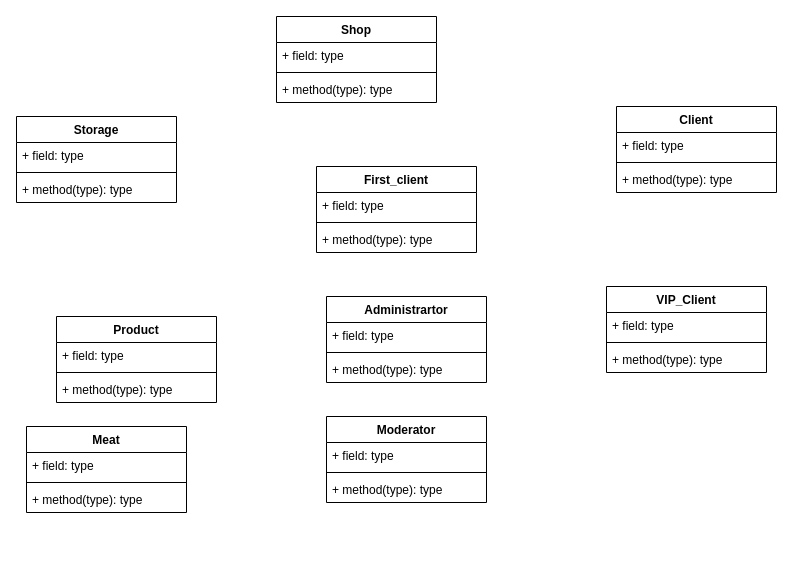
anhelinafetsenets/STORAGE keeps this draw.io diagram as shop.drawio. Above is the earlier version. Source tidied: cells renumbered, new cells numbered last; positions are measured from the earlier drawing's top-left corner, leaving out a move shared by most shapes. Both pictures are drawn from the tidied source at 100%, with x=0, y=0 at pixel (16, 16).
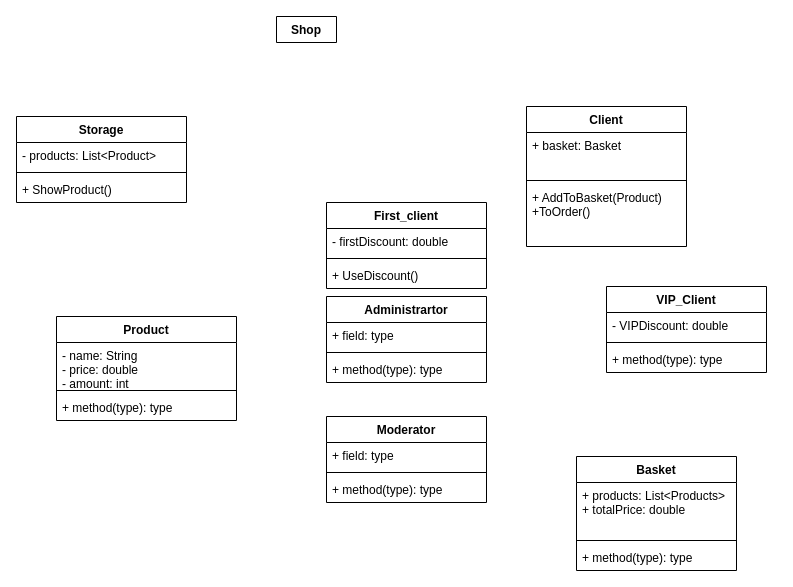
The same diagram, later.

The change refers to these unchanged cells:
```xml
<mxCell id="10" value="VIP_Client" style="swimlane;fontStyle=1;align=center;verticalAlign=top;horizontal=1;startSize=26;fontColor=default;strokeColor=default;fillColor=default;" parent="1" vertex="1">
  <mxGeometry x="590" y="270" width="160" height="86" as="geometry" />
</mxCell>
```

The edit, as a diff of the source:
```diff
@@
-    <mxCell id="2" value="Shop" style="swimlane;fontStyle=1;align=center;verticalAlign=top;horizontal=1;startSize=26;fillColor=default;strokeColor=default;fontColor=default;" parent="1" vertex="1">
-      <mxGeometry x="260" width="160" height="86" as="geometry" />
+    <mxCell id="2" value="Shop" style="swimlane;fontStyle=1;align=center;verticalAlign=top;horizontal=1;startSize=26;fillColor=default;strokeColor=default;fontColor=default;" parent="1" vertex="1" collapsed="1">
+      <mxGeometry x="260" width="60" height="26" as="geometry" />
     </mxCell>
-    <mxCell id="3" value="+ field: type" style="text;strokeColor=none;fillColor=none;align=left;verticalAlign=top;spacingLeft=4;spacingRight=4;overflow=hidden;" parent="2" vertex="1">
-      <mxGeometry y="26" width="160" height="26" as="geometry" />
-    </mxCell>
-    <mxCell id="4" style="line;strokeWidth=1;fillColor=none;align=left;verticalAlign=middle;spacingTop=-1;spacingLeft=3;spacingRight=3;labelPosition=right;" parent="2" vertex="1">
-      <mxGeometry y="52" width="160" height="8" as="geometry" />
-    </mxCell>
-    <mxCell id="5" value="+ method(type): type" style="text;strokeColor=none;fillColor=none;align=left;verticalAlign=top;spacingLeft=4;spacingRight=4;overflow=hidden;" parent="2" vertex="1">
-      <mxGeometry y="60" width="160" height="26" as="geometry" />
-    </mxCell>
     <mxCell id="6" value="First_client" style="swimlane;fontStyle=1;align=center;verticalAlign=top;horizontal=1;startSize=26;fontColor=default;strokeColor=default;fillColor=default;" parent="1" vertex="1">
-      <mxGeometry x="300" y="150" width="160" height="86" as="geometry" />
+      <mxGeometry x="310" y="186" width="160" height="86" as="geometry" />
     </mxCell>
-    <mxCell id="7" value="+ field: type" style="text;strokeColor=none;fillColor=none;align=left;verticalAlign=top;spacingLeft=4;spacingRight=4;overflow=hidden;fontColor=default;" parent="6" vertex="1">
+    <mxCell id="7" value="- firstDiscount: double" style="text;strokeColor=none;fillColor=none;align=left;verticalAlign=top;spacingLeft=4;spacingRight=4;overflow=hidden;fontColor=default;" parent="6" vertex="1">
       <mxGeometry y="26" width="160" height="26" as="geometry" />
     </mxCell>
@@
-    <mxCell id="9" value="+ method(type): type" style="text;strokeColor=none;fillColor=none;align=left;verticalAlign=top;spacingLeft=4;spacingRight=4;overflow=hidden;fontColor=default;" parent="6" vertex="1">
+    <mxCell id="9" value="+ UseDiscount()" style="text;strokeColor=none;fillColor=none;align=left;verticalAlign=top;spacingLeft=4;spacingRight=4;overflow=hidden;fontColor=default;" parent="6" vertex="1">
       <mxGeometry y="60" width="160" height="26" as="geometry" />
     </mxCell>
@@
-    <mxCell id="11" value="+ field: type" style="text;strokeColor=none;fillColor=none;align=left;verticalAlign=top;spacingLeft=4;spacingRight=4;overflow=hidden;fontColor=default;" parent="10" vertex="1">
+    <mxCell id="11" value="- VIPDiscount: double" style="text;strokeColor=none;fillColor=none;align=left;verticalAlign=top;spacingLeft=4;spacingRight=4;overflow=hidden;fontColor=default;" parent="10" vertex="1">
       <mxGeometry y="26" width="160" height="26" as="geometry" />
     </mxCell>
@@
     <mxCell id="14" value="Client" style="swimlane;fontStyle=1;align=center;verticalAlign=top;horizontal=1;startSize=26;fontColor=default;strokeColor=default;fillColor=default;" parent="1" vertex="1">
-      <mxGeometry x="600" y="90" width="160" height="86" as="geometry" />
+      <mxGeometry x="510" y="90" width="160" height="140" as="geometry" />
     </mxCell>
-    <mxCell id="15" value="+ field: type" style="text;strokeColor=none;fillColor=none;align=left;verticalAlign=top;spacingLeft=4;spacingRight=4;overflow=hidden;fontColor=default;" parent="14" vertex="1">
-      <mxGeometry y="26" width="160" height="26" as="geometry" />
+    <mxCell id="15" value="+ basket: Basket" style="text;strokeColor=none;fillColor=none;align=left;verticalAlign=top;spacingLeft=4;spacingRight=4;overflow=hidden;fontColor=default;" parent="14" vertex="1">
+      <mxGeometry y="26" width="160" height="44" as="geometry" />
     </mxCell>
     <mxCell id="16" style="line;strokeWidth=1;fillColor=none;align=left;verticalAlign=middle;spacingTop=-1;spacingLeft=3;spacingRight=3;labelPosition=right;fontColor=default;" parent="14" vertex="1">
-      <mxGeometry y="52" width="160" height="8" as="geometry" />
+      <mxGeometry y="70" width="160" height="8" as="geometry" />
     </mxCell>
-    <mxCell id="17" value="+ method(type): type" style="text;strokeColor=none;fillColor=none;align=left;verticalAlign=top;spacingLeft=4;spacingRight=4;overflow=hidden;fontColor=default;" parent="14" vertex="1">
-      <mxGeometry y="60" width="160" height="26" as="geometry" />
+    <mxCell id="17" value="+ AddToBasket(Product)&#10;+ToOrder()" style="text;strokeColor=none;fillColor=none;align=left;verticalAlign=top;spacingLeft=4;spacingRight=4;overflow=hidden;fontColor=default;" parent="14" vertex="1">
+      <mxGeometry y="78" width="160" height="62" as="geometry" />
     </mxCell>
@@
-    <mxCell id="26" value="Meat" style="swimlane;fontStyle=1;align=center;verticalAlign=top;horizontal=1;startSize=26;fontColor=default;strokeColor=default;fillColor=default;" parent="1" vertex="1">
-      <mxGeometry x="10" y="410" width="160" height="86" as="geometry" />
-    </mxCell>
-    <mxCell id="27" value="+ field: type" style="text;strokeColor=none;fillColor=none;align=left;verticalAlign=top;spacingLeft=4;spacingRight=4;overflow=hidden;fontColor=default;" parent="26" vertex="1">
-      <mxGeometry y="26" width="160" height="26" as="geometry" />
-    </mxCell>
-    <mxCell id="28" style="line;strokeWidth=1;fillColor=none;align=left;verticalAlign=middle;spacingTop=-1;spacingLeft=3;spacingRight=3;labelPosition=right;fontColor=default;" parent="26" vertex="1">
-      <mxGeometry y="52" width="160" height="8" as="geometry" />
-    </mxCell>
-    <mxCell id="29" value="+ method(type): type" style="text;strokeColor=none;fillColor=none;align=left;verticalAlign=top;spacingLeft=4;spacingRight=4;overflow=hidden;fontColor=default;" parent="26" vertex="1">
-      <mxGeometry y="60" width="160" height="26" as="geometry" />
-    </mxCell>
     <mxCell id="30" value="Product" style="swimlane;fontStyle=1;align=center;verticalAlign=top;horizontal=1;startSize=26;fontColor=default;strokeColor=default;fillColor=default;" parent="1" vertex="1">
-      <mxGeometry x="40" y="300" width="160" height="86" as="geometry" />
+      <mxGeometry x="40" y="300" width="180" height="104" as="geometry" />
     </mxCell>
-    <mxCell id="31" value="+ field: type" style="text;strokeColor=none;fillColor=none;align=left;verticalAlign=top;spacingLeft=4;spacingRight=4;overflow=hidden;fontColor=default;" parent="30" vertex="1">
-      <mxGeometry y="26" width="160" height="26" as="geometry" />
+    <mxCell id="31" value="- name: String&#10;- price: double&#10;- amount: int" style="text;strokeColor=none;fillColor=none;align=left;verticalAlign=top;spacingLeft=4;spacingRight=4;overflow=hidden;fontColor=default;" parent="30" vertex="1">
+      <mxGeometry y="26" width="180" height="44" as="geometry" />
     </mxCell>
     <mxCell id="32" style="line;strokeWidth=1;fillColor=none;align=left;verticalAlign=middle;spacingTop=-1;spacingLeft=3;spacingRight=3;labelPosition=right;fontColor=default;" parent="30" vertex="1">
-      <mxGeometry y="52" width="160" height="8" as="geometry" />
+      <mxGeometry y="70" width="180" height="8" as="geometry" />
     </mxCell>
     <mxCell id="33" value="+ method(type): type" style="text;strokeColor=none;fillColor=none;align=left;verticalAlign=top;spacingLeft=4;spacingRight=4;overflow=hidden;fontColor=default;" parent="30" vertex="1">
-      <mxGeometry y="60" width="160" height="26" as="geometry" />
+      <mxGeometry y="78" width="180" height="26" as="geometry" />
     </mxCell>
     <mxCell id="34" value="Storage" style="swimlane;fontStyle=1;align=center;verticalAlign=top;horizontal=1;startSize=26;fontColor=default;strokeColor=default;fillColor=default;" parent="1" vertex="1">
-      <mxGeometry y="100" width="160" height="86" as="geometry" />
+      <mxGeometry y="100" width="170" height="86" as="geometry" />
     </mxCell>
-    <mxCell id="35" value="+ field: type" style="text;strokeColor=none;fillColor=none;align=left;verticalAlign=top;spacingLeft=4;spacingRight=4;overflow=hidden;fontColor=default;" parent="34" vertex="1">
-      <mxGeometry y="26" width="160" height="26" as="geometry" />
+    <mxCell id="35" value="- products: List&lt;Product&gt;" style="text;strokeColor=none;fillColor=none;align=left;verticalAlign=top;spacingLeft=4;spacingRight=4;overflow=hidden;fontColor=default;" parent="34" vertex="1">
+      <mxGeometry y="26" width="170" height="26" as="geometry" />
     </mxCell>
     <mxCell id="36" style="line;strokeWidth=1;fillColor=none;align=left;verticalAlign=middle;spacingTop=-1;spacingLeft=3;spacingRight=3;labelPosition=right;fontColor=default;" parent="34" vertex="1">
-      <mxGeometry y="52" width="160" height="8" as="geometry" />
+      <mxGeometry y="52" width="170" height="8" as="geometry" />
     </mxCell>
-    <mxCell id="37" value="+ method(type): type" style="text;strokeColor=none;fillColor=none;align=left;verticalAlign=top;spacingLeft=4;spacingRight=4;overflow=hidden;fontColor=default;" parent="34" vertex="1">
-      <mxGeometry y="60" width="160" height="26" as="geometry" />
+    <mxCell id="37" value="+ ShowProduct()" style="text;strokeColor=none;fillColor=none;align=left;verticalAlign=top;spacingLeft=4;spacingRight=4;overflow=hidden;fontColor=default;" parent="34" vertex="1">
+      <mxGeometry y="60" width="170" height="26" as="geometry" />
     </mxCell>
+    <mxCell id="38" value="Basket" style="swimlane;fontStyle=1;align=center;verticalAlign=top;horizontal=1;startSize=26;fontColor=default;strokeColor=default;fillColor=default;" parent="1" vertex="1">
+      <mxGeometry x="560" y="440" width="160" height="114" as="geometry" />
+    </mxCell>
+    <mxCell id="39" value="+ products: List&lt;Products&gt;&#10;+ totalPrice: double " style="text;strokeColor=none;fillColor=none;align=left;verticalAlign=top;spacingLeft=4;spacingRight=4;overflow=hidden;fontColor=default;" parent="38" vertex="1">
+      <mxGeometry y="26" width="160" height="54" as="geometry" />
+    </mxCell>
+    <mxCell id="40" style="line;strokeWidth=1;fillColor=none;align=left;verticalAlign=middle;spacingTop=-1;spacingLeft=3;spacingRight=3;labelPosition=right;fontColor=default;" parent="38" vertex="1">
+      <mxGeometry y="80" width="160" height="8" as="geometry" />
+    </mxCell>
+    <mxCell id="29" value="+ method(type): type" style="text;strokeColor=none;fillColor=none;align=left;verticalAlign=top;spacingLeft=4;spacingRight=4;overflow=hidden;fontColor=default;" parent="38" vertex="1">
+      <mxGeometry y="88" width="160" height="26" as="geometry" />
+    </mxCell>
```
